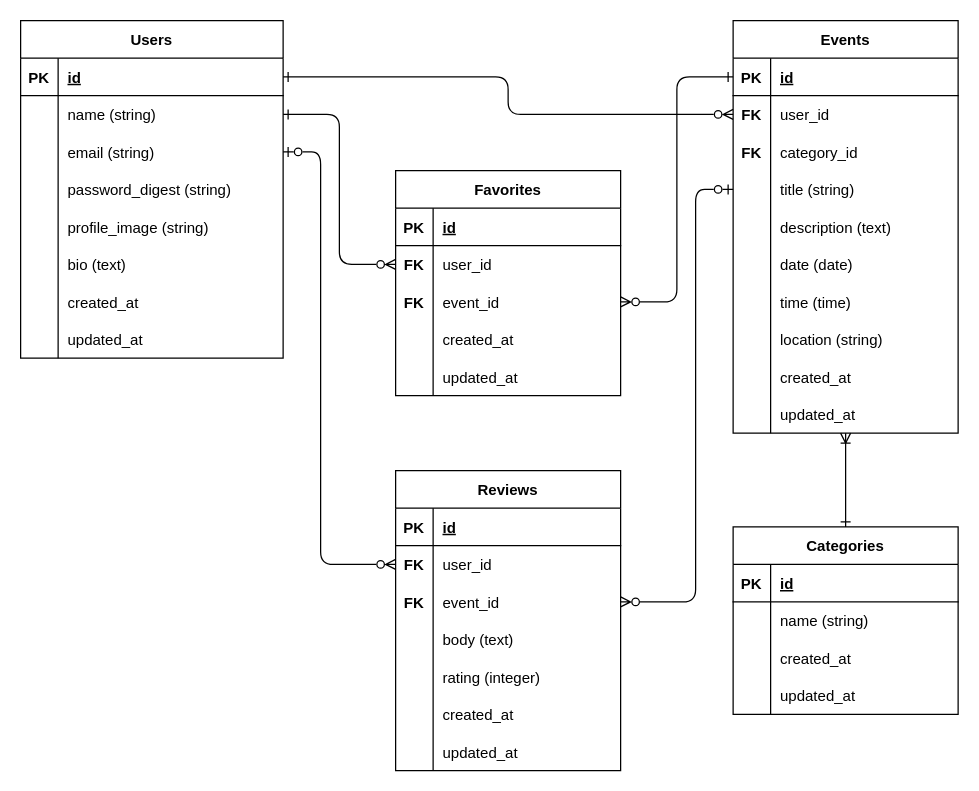
This is EventHub.drawio from keeeeSB/EventHub, a draw.io file, before an edit. Source tidied: cells renumbered, new cells numbered last; positions are measured from the earlier drawing's top-left corner, leaving out a move shared by most shapes. Both pictures are drawn from the tidied source at 125%, with x=0, y=0 at pixel (20, 20).
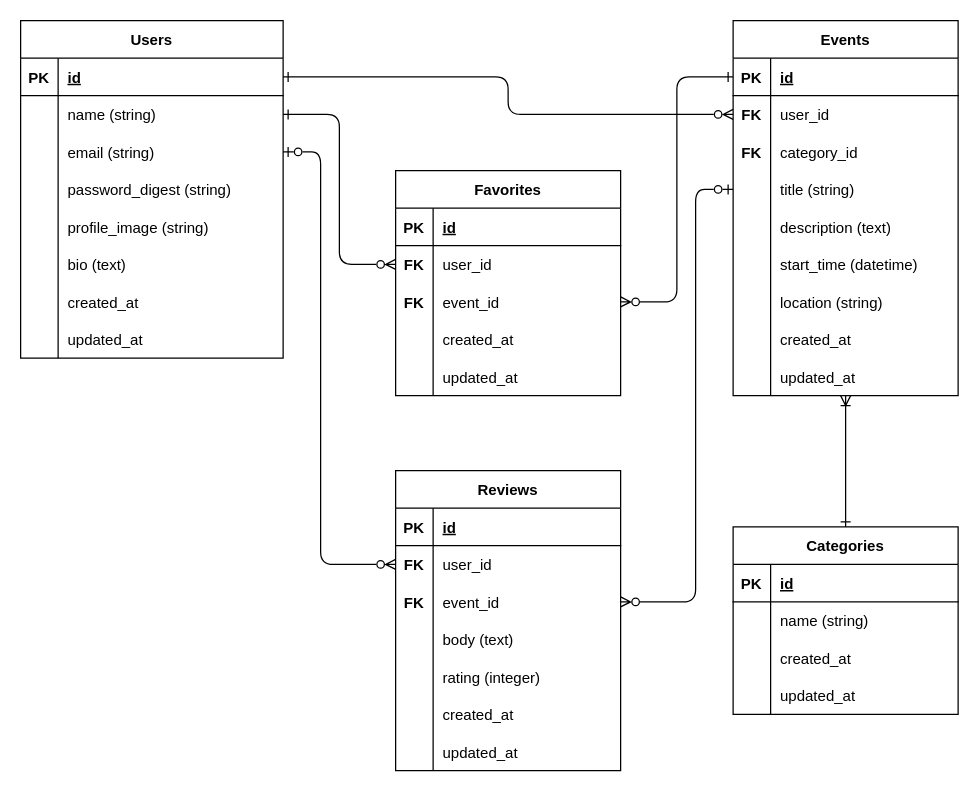
Above is the later version.

Diff of the diagram source:
```diff
@@
     <mxCell id="27" value="Events" style="shape=table;startSize=30;childLayout=tableLayout;rowLines=0;fontStyle=1;align=center;" parent="1" vertex="1">
-      <mxGeometry x="570" width="180" height="330" as="geometry" />
+      <mxGeometry x="570" width="180" height="300" as="geometry" />
     </mxCell>
@@
-    <mxCell id="43" style="shape=tableRow;horizontal=0;startSize=0;swimlaneHead=0;swimlaneBody=0;fillColor=none;top=0;left=0;right=0;bottom=0;" parent="27" vertex="1">
-      <mxGeometry y="180" width="180" height="30" as="geometry" />
-    </mxCell>
-    <mxCell id="44" style="shape=partialRectangle;fillColor=none;top=0;left=0;bottom=0;right=0;overflow=hidden;" parent="43" vertex="1">
-      <mxGeometry width="30" height="30" as="geometry" />
-    </mxCell>
-    <mxCell id="45" value="date (date)" style="shape=partialRectangle;fillColor=none;top=0;left=0;bottom=0;right=0;align=left;spacingLeft=6;overflow=hidden;" parent="43" vertex="1">
-      <mxGeometry x="30" width="150" height="30" as="geometry" />
-    </mxCell>
     <mxCell id="46" style="shape=tableRow;horizontal=0;startSize=0;swimlaneHead=0;swimlaneBody=0;fillColor=none;top=0;left=0;right=0;bottom=0;" parent="27" vertex="1">
-      <mxGeometry y="210" width="180" height="30" as="geometry" />
+      <mxGeometry y="180" width="180" height="30" as="geometry" />
     </mxCell>
@@
-    <mxCell id="48" value="time (time)" style="shape=partialRectangle;fillColor=none;top=0;left=0;bottom=0;right=0;align=left;spacingLeft=6;overflow=hidden;" parent="46" vertex="1">
+    <mxCell id="48" value="start_time (datetime)" style="shape=partialRectangle;fillColor=none;top=0;left=0;bottom=0;right=0;align=left;spacingLeft=6;overflow=hidden;" parent="46" vertex="1">
       <mxGeometry x="30" width="150" height="30" as="geometry" />
     </mxCell>
     <mxCell id="49" style="shape=tableRow;horizontal=0;startSize=0;swimlaneHead=0;swimlaneBody=0;fillColor=none;top=0;left=0;right=0;bottom=0;" parent="27" vertex="1">
-      <mxGeometry y="240" width="180" height="30" as="geometry" />
+      <mxGeometry y="210" width="180" height="30" as="geometry" />
     </mxCell>
@@
     <mxCell id="52" style="shape=tableRow;horizontal=0;startSize=0;swimlaneHead=0;swimlaneBody=0;fillColor=none;top=0;left=0;right=0;bottom=0;" parent="27" vertex="1">
-      <mxGeometry y="270" width="180" height="30" as="geometry" />
+      <mxGeometry y="240" width="180" height="30" as="geometry" />
     </mxCell>
@@
     <mxCell id="55" style="shape=tableRow;horizontal=0;startSize=0;swimlaneHead=0;swimlaneBody=0;fillColor=none;top=0;left=0;right=0;bottom=0;" parent="27" vertex="1">
-      <mxGeometry y="300" width="180" height="30" as="geometry" />
+      <mxGeometry y="270" width="180" height="30" as="geometry" />
     </mxCell>
```
